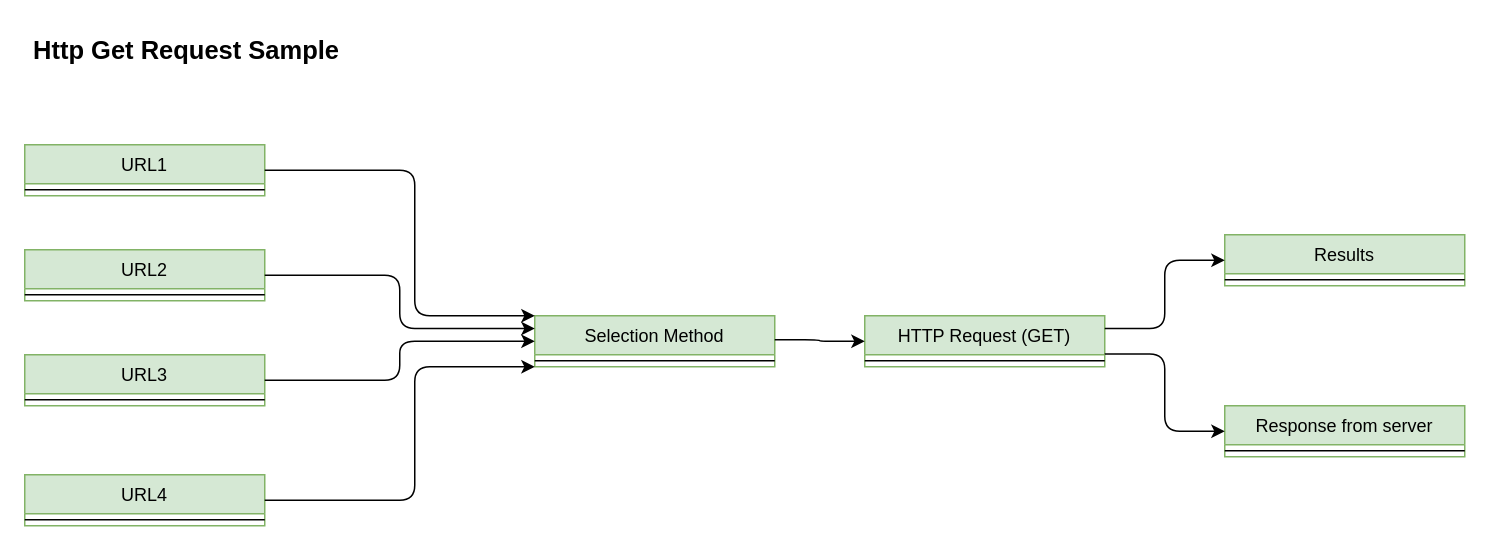
Before: HttpRequest.drawio in Centigrade/IoT-PipelineChecker, a draw.io diagram. Source tidied: cells renumbered, new cells numbered last; positions are measured from the earlier drawing's top-left corner, leaving out a move shared by most shapes. Both pictures are drawn from the tidied source at 150%, with x=0, y=0 at pixel (24, 24).
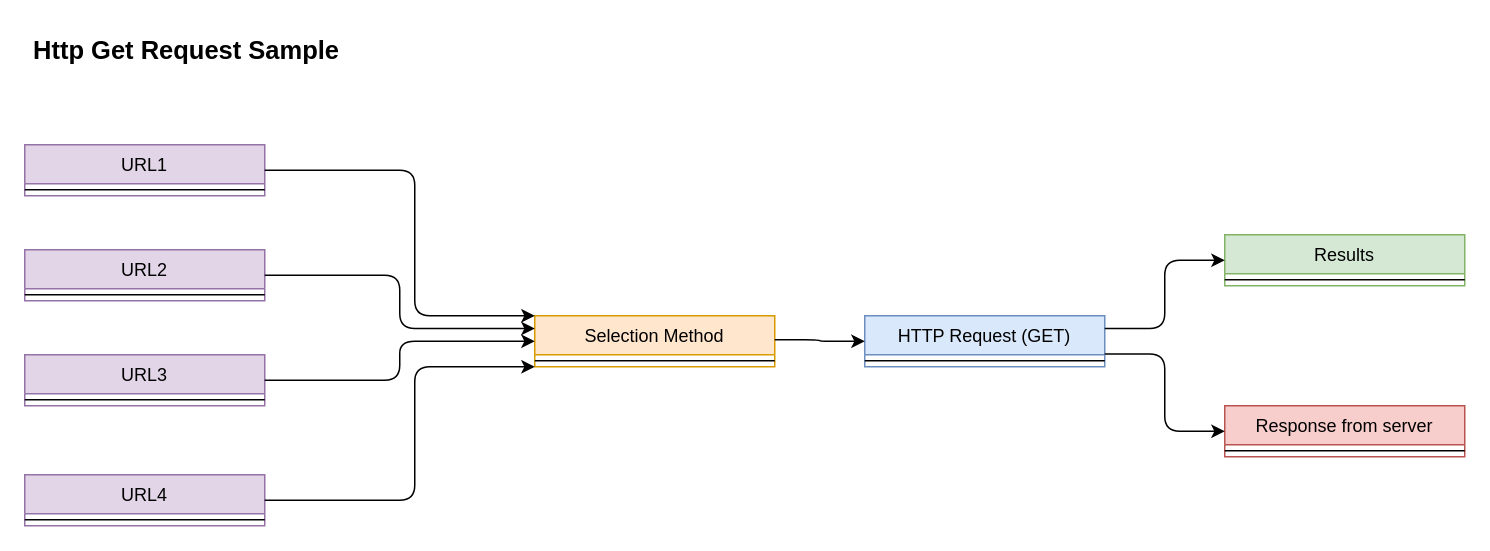
The same page after the edit.

What changed in the source:
```diff
@@
-    <mxCell id="2" value="URL1" style="swimlane;fontStyle=0;align=center;verticalAlign=top;horizontal=1;startSize=26;rounded=0;shadow=0;strokeWidth=1;fillColor=#d5e8d4;strokeColor=#82b366;" parent="1" vertex="1">
+    <mxCell id="2" value="URL1" style="swimlane;fontStyle=0;align=center;verticalAlign=top;horizontal=1;startSize=26;rounded=0;shadow=0;strokeWidth=1;fillColor=#e1d5e7;strokeColor=#9673a6;" parent="1" vertex="1">
       <mxGeometry y="80" width="160" height="34" as="geometry" />
     </mxCell>
@@
-    <mxCell id="5" value="URL3" style="swimlane;fontStyle=0;align=center;verticalAlign=top;horizontal=1;startSize=26;rounded=0;shadow=0;strokeWidth=1;fillColor=#d5e8d4;strokeColor=#82b366;" parent="1" vertex="1">
+    <mxCell id="5" value="URL3" style="swimlane;fontStyle=0;align=center;verticalAlign=top;horizontal=1;startSize=26;rounded=0;shadow=0;strokeWidth=1;fillColor=#e1d5e7;strokeColor=#9673a6;" parent="1" vertex="1">
       <mxGeometry y="220" width="160" height="34" as="geometry" />
     </mxCell>
@@
-    <mxCell id="7" value="URL2" style="swimlane;fontStyle=0;align=center;verticalAlign=top;horizontal=1;startSize=26;rounded=0;shadow=0;strokeWidth=1;fillColor=#d5e8d4;strokeColor=#82b366;" parent="1" vertex="1">
+    <mxCell id="7" value="URL2" style="swimlane;fontStyle=0;align=center;verticalAlign=top;horizontal=1;startSize=26;rounded=0;shadow=0;strokeWidth=1;fillColor=#e1d5e7;strokeColor=#9673a6;" parent="1" vertex="1">
       <mxGeometry y="150" width="160" height="34" as="geometry" />
     </mxCell>
@@
-    <mxCell id="9" value="URL4" style="swimlane;fontStyle=0;align=center;verticalAlign=top;horizontal=1;startSize=26;rounded=0;shadow=0;strokeWidth=1;fillColor=#d5e8d4;strokeColor=#82b366;" parent="1" vertex="1">
+    <mxCell id="9" value="URL4" style="swimlane;fontStyle=0;align=center;verticalAlign=top;horizontal=1;startSize=26;rounded=0;shadow=0;strokeWidth=1;fillColor=#e1d5e7;strokeColor=#9673a6;" parent="1" vertex="1">
       <mxGeometry y="300" width="160" height="34" as="geometry" />
     </mxCell>
@@
-    <mxCell id="11" value="HTTP Request (GET)" style="swimlane;fontStyle=0;align=center;verticalAlign=top;horizontal=1;startSize=26;rounded=0;shadow=0;strokeWidth=1;fillColor=#d5e8d4;strokeColor=#82b366;" parent="1" vertex="1">
+    <mxCell id="11" value="HTTP Request (GET)" style="swimlane;fontStyle=0;align=center;verticalAlign=top;horizontal=1;startSize=26;rounded=0;shadow=0;strokeWidth=1;fillColor=#dae8fc;strokeColor=#6c8ebf;" parent="1" vertex="1">
       <mxGeometry x="560" y="194" width="160" height="34" as="geometry" />
     </mxCell>
@@
-    <mxCell id="13" value="Selection Method" style="swimlane;fontStyle=0;align=center;verticalAlign=top;horizontal=1;startSize=26;rounded=0;shadow=0;strokeWidth=1;fillColor=#d5e8d4;strokeColor=#82b366;" parent="1" vertex="1">
+    <mxCell id="13" value="Selection Method" style="swimlane;fontStyle=0;align=center;verticalAlign=top;horizontal=1;startSize=26;rounded=0;shadow=0;strokeWidth=1;fillColor=#ffe6cc;strokeColor=#d79b00;" parent="1" vertex="1">
       <mxGeometry x="340" y="194" width="160" height="34" as="geometry" />
     </mxCell>
@@
-    <mxCell id="15" value="Response from server" style="swimlane;fontStyle=0;align=center;verticalAlign=top;horizontal=1;startSize=26;rounded=0;shadow=0;strokeWidth=1;fillColor=#d5e8d4;strokeColor=#82b366;" parent="1" vertex="1">
+    <mxCell id="15" value="Response from server" style="swimlane;fontStyle=0;align=center;verticalAlign=top;horizontal=1;startSize=26;rounded=0;shadow=0;strokeWidth=1;fillColor=#f8cecc;strokeColor=#b85450;" parent="1" vertex="1">
       <mxGeometry x="800" y="254" width="160" height="34" as="geometry" />
     </mxCell>
```
